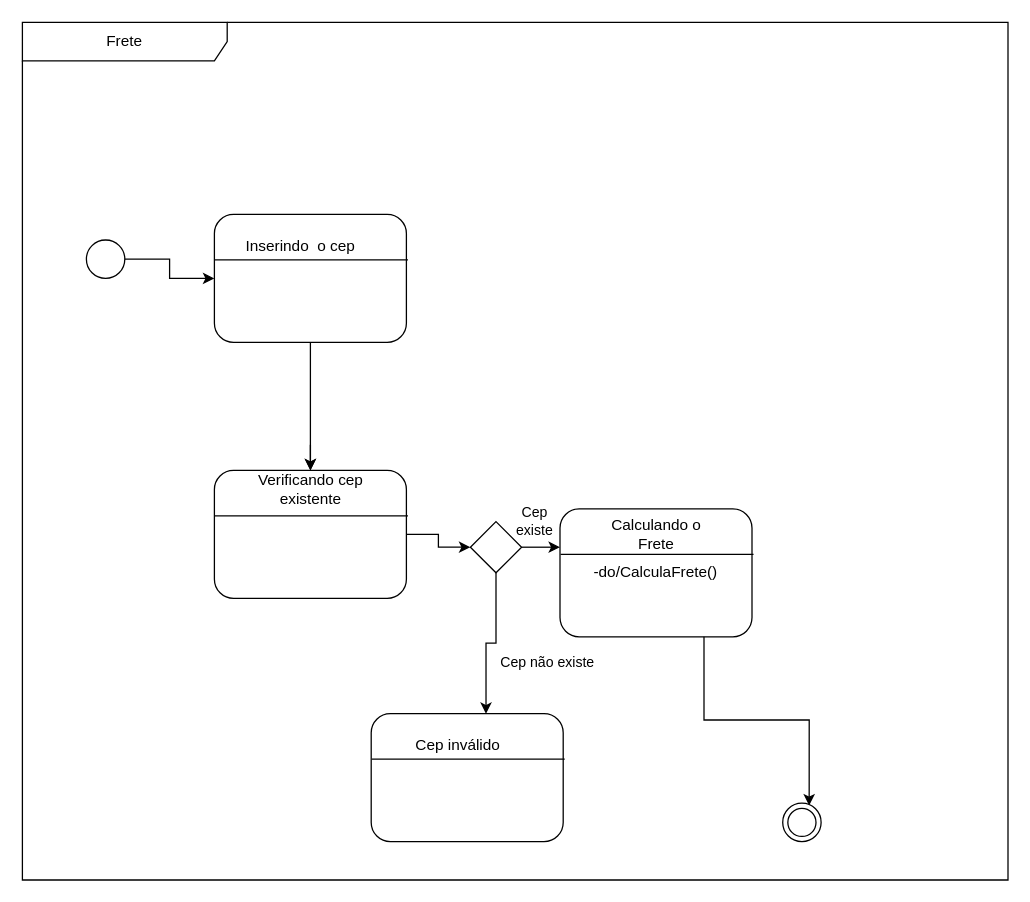
Before: Frete.drawio in PedroAP2/Projeto-EngenhariaDaComputacao, a draw.io diagram. Source tidied: cells renumbered, new cells numbered last; positions are measured from the earlier drawing's top-left corner, leaving out a move shared by most shapes. Both pictures are drawn from the tidied source at 128%, with x=0, y=0 at pixel (22, 22).
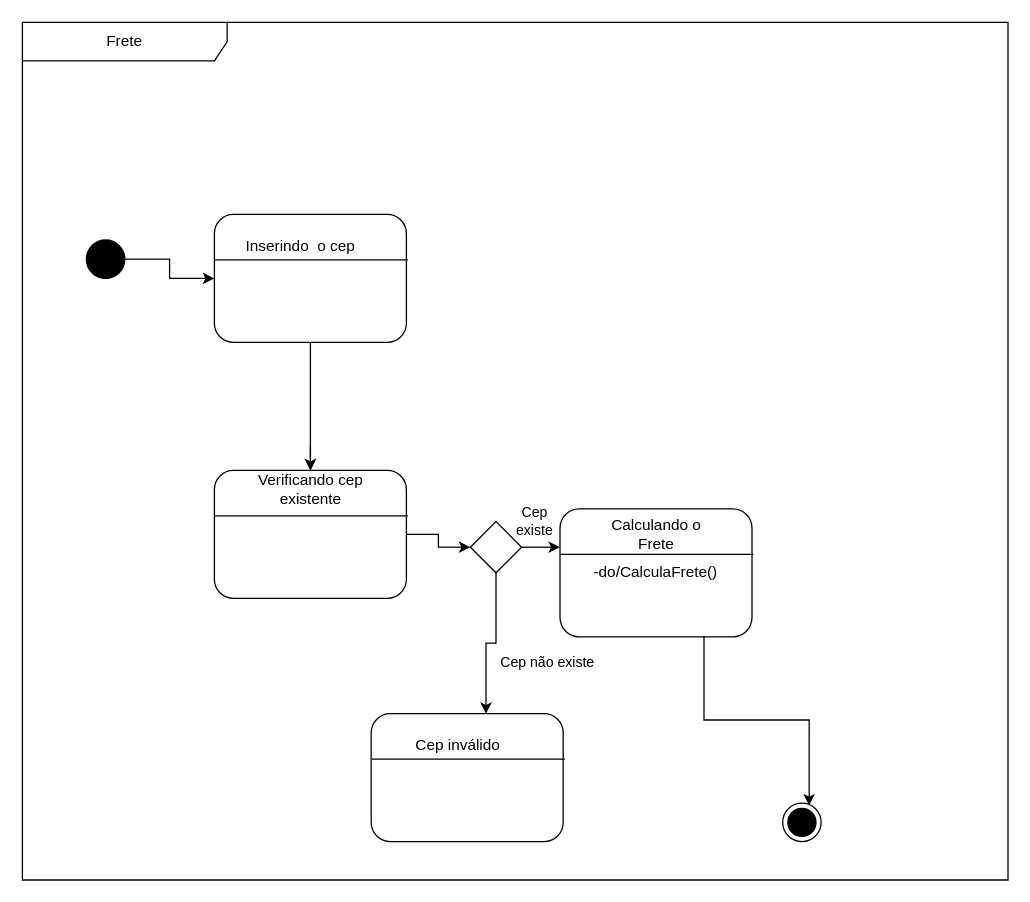
Above is the later version.

The change refers to these unchanged cells:
```xml
<mxCell id="2" value="Frete" style="shape=umlFrame;whiteSpace=wrap;html=1;width=160;" parent="1" vertex="1">
  <mxGeometry width="770" height="670" as="geometry" />
</mxCell>
```

Change to the diagram source:
```diff
@@
-    <mxCell id="6" style="ellipse;html=1;shape=endState;" parent="2" vertex="1">
+    <mxCell id="6" style="ellipse;html=1;shape=endState;fillColor=#000000;" parent="2" vertex="1">
       <mxGeometry x="594" y="610" width="30" height="30" as="geometry" />
     </mxCell>
@@
-    <mxCell id="8" style="ellipse;html=1;" parent="2" vertex="1">
+    <mxCell id="8" style="ellipse;html=1;fillColor=#000000;" parent="2" vertex="1">
       <mxGeometry x="50" y="170" width="30" height="30" as="geometry" />
     </mxCell>
```
